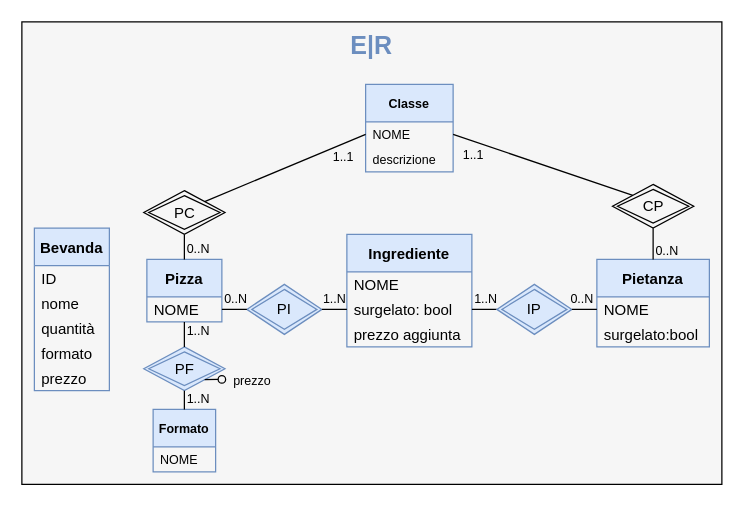
The draw.io diagram doc/assets/erCiclo1.drawio in omismone/strapizzami, before the edit. Source tidied: cells renumbered, new cells numbered last; positions are measured from the earlier drawing's top-left corner, leaving out a move shared by most shapes. Both pictures are drawn from the tidied source at 125%, with x=0, y=0 at pixel (21, 21).
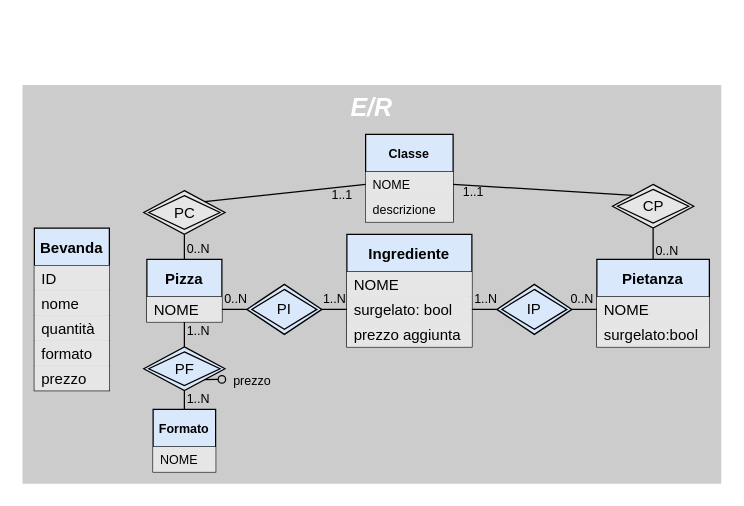
After the change.

Diff of the diagram source:
```diff
@@
-    <mxCell id="2" value="E|R" style="rounded=0;labelBackgroundColor=none;fontSize=20;verticalAlign=top;fontStyle=1;strokeWidth=1;fillColor=#F6F6F6;labelBorderColor=none;html=1;whiteSpace=wrap;fontColor=#6C8EBF;" parent="1" vertex="1">
-      <mxGeometry width="560" height="370" as="geometry" />
+    <mxCell id="2" value="E/R" style="rounded=0;labelBackgroundColor=none;fontSize=20;verticalAlign=top;fontStyle=3;strokeWidth=1;fillColor=#CCCCCC;labelBorderColor=none;html=1;whiteSpace=wrap;fontColor=#FFFFFF;strokeColor=#FFFFFF;" parent="1" vertex="1">
+      <mxGeometry y="50" width="560" height="320" as="geometry" />
     </mxCell>
-    <mxCell id="3" value="Bevanda" style="swimlane;fontStyle=1;horizontal=1;startSize=30;fillColor=#dae8fc;strokeColor=#6c8ebf;" parent="1" vertex="1">
+    <mxCell id="3" value="Bevanda" style="swimlane;fontStyle=1;horizontal=1;startSize=30;fillColor=#dae8fc;strokeColor=#000000;" parent="1" vertex="1">
       <mxGeometry x="10" y="165" width="60" height="130" as="geometry" />
     </mxCell>
-    <mxCell id="4" value="ID" style="text;strokeColor=none;fillColor=none;align=left;verticalAlign=middle;spacingLeft=4;spacingRight=4;overflow=hidden;" parent="3" vertex="1">
+    <mxCell id="4" value="ID" style="text;strokeColor=none;fillColor=#E6E6E6;align=left;verticalAlign=middle;spacingLeft=4;spacingRight=4;overflow=hidden;" parent="3" vertex="1">
       <mxGeometry y="30" width="60" height="20" as="geometry" />
     </mxCell>
-    <mxCell id="5" value="nome" style="text;strokeColor=none;fillColor=none;align=left;verticalAlign=middle;spacingLeft=4;spacingRight=4;overflow=hidden;" parent="3" vertex="1">
+    <mxCell id="5" value="nome" style="text;strokeColor=none;fillColor=#E6E6E6;align=left;verticalAlign=middle;spacingLeft=4;spacingRight=4;overflow=hidden;" parent="3" vertex="1">
       <mxGeometry y="50" width="60" height="20" as="geometry" />
     </mxCell>
-    <mxCell id="6" value="quantità" style="text;strokeColor=none;fillColor=none;align=left;verticalAlign=middle;spacingLeft=4;spacingRight=4;overflow=hidden;" parent="3" vertex="1">
+    <mxCell id="6" value="quantità" style="text;strokeColor=none;fillColor=#E6E6E6;align=left;verticalAlign=middle;spacingLeft=4;spacingRight=4;overflow=hidden;" parent="3" vertex="1">
       <mxGeometry y="70" width="60" height="20" as="geometry" />
     </mxCell>
-    <mxCell id="7" value="formato" style="text;strokeColor=none;fillColor=none;align=left;verticalAlign=middle;spacingLeft=4;spacingRight=4;overflow=hidden;" parent="3" vertex="1">
+    <mxCell id="7" value="formato" style="text;strokeColor=none;fillColor=#E6E6E6;align=left;verticalAlign=middle;spacingLeft=4;spacingRight=4;overflow=hidden;" parent="3" vertex="1">
       <mxGeometry y="90" width="60" height="20" as="geometry" />
     </mxCell>
-    <mxCell id="8" value="prezzo" style="text;strokeColor=none;fillColor=none;align=left;verticalAlign=middle;spacingLeft=4;spacingRight=4;overflow=hidden;" parent="3" vertex="1">
+    <mxCell id="8" value="prezzo" style="text;strokeColor=none;fillColor=#E6E6E6;align=left;verticalAlign=middle;spacingLeft=4;spacingRight=4;overflow=hidden;" parent="3" vertex="1">
       <mxGeometry y="110" width="60" height="20" as="geometry" />
     </mxCell>
-    <mxCell id="9" value="Pizza" style="swimlane;fontStyle=1;horizontal=1;startSize=30;fillColor=#dae8fc;strokeColor=#6c8ebf;" parent="1" vertex="1">
+    <mxCell id="9" value="Pizza" style="swimlane;fontStyle=1;horizontal=1;startSize=30;fillColor=#dae8fc;strokeColor=#000000;" parent="1" vertex="1">
       <mxGeometry x="100" y="190" width="60" height="50" as="geometry" />
     </mxCell>
-    <mxCell id="10" value="NOME" style="text;strokeColor=none;fillColor=none;align=left;verticalAlign=middle;spacingLeft=4;spacingRight=4;overflow=hidden;points=[[0,0.5],[1,0.5]];portConstraint=eastwest;" parent="9" vertex="1">
+    <mxCell id="10" value="NOME" style="text;strokeColor=none;fillColor=#E6E6E6;align=left;verticalAlign=middle;spacingLeft=4;spacingRight=4;overflow=hidden;points=[[0,0.5],[1,0.5]];portConstraint=eastwest;" parent="9" vertex="1">
       <mxGeometry y="30" width="60" height="20" as="geometry" />
     </mxCell>
-    <mxCell id="11" value="Pietanza" style="swimlane;fontStyle=1;horizontal=1;startSize=30;fillColor=#dae8fc;strokeColor=#6c8ebf;" parent="1" vertex="1">
+    <mxCell id="11" value="Pietanza" style="swimlane;fontStyle=1;horizontal=1;startSize=30;fillColor=#dae8fc;strokeColor=#000000;" parent="1" vertex="1">
       <mxGeometry x="460" y="190" width="90" height="70" as="geometry" />
     </mxCell>
-    <mxCell id="12" value="NOME" style="text;strokeColor=none;fillColor=none;align=left;verticalAlign=middle;spacingLeft=4;spacingRight=4;overflow=hidden;points=[[0,0.5],[1,0.5]];portConstraint=eastwest;" parent="11" vertex="1">
+    <mxCell id="12" value="NOME" style="text;strokeColor=none;fillColor=#E6E6E6;align=left;verticalAlign=middle;spacingLeft=4;spacingRight=4;overflow=hidden;points=[[0,0.5],[1,0.5]];portConstraint=eastwest;" parent="11" vertex="1">
       <mxGeometry y="30" width="90" height="20" as="geometry" />
     </mxCell>
-    <mxCell id="13" value="surgelato:bool" style="text;strokeColor=none;fillColor=none;align=left;verticalAlign=middle;spacingLeft=4;spacingRight=4;overflow=hidden;" parent="11" vertex="1">
+    <mxCell id="13" value="surgelato:bool" style="text;strokeColor=none;fillColor=#E6E6E6;align=left;verticalAlign=middle;spacingLeft=4;spacingRight=4;overflow=hidden;" parent="11" vertex="1">
       <mxGeometry y="50" width="90" height="20" as="geometry" />
     </mxCell>
-    <mxCell id="14" value="Ingrediente" style="swimlane;fontStyle=1;horizontal=1;startSize=30;fillColor=#dae8fc;strokeColor=#6c8ebf;" parent="1" vertex="1">
+    <mxCell id="14" value="Ingrediente" style="swimlane;fontStyle=1;horizontal=1;startSize=30;fillColor=#dae8fc;strokeColor=#000000;" parent="1" vertex="1">
       <mxGeometry x="260" y="170" width="100" height="90" as="geometry" />
     </mxCell>
-    <mxCell id="15" value="NOME" style="text;strokeColor=none;fillColor=none;align=left;verticalAlign=middle;spacingLeft=4;spacingRight=4;overflow=hidden;" parent="14" vertex="1">
+    <mxCell id="15" value="NOME" style="text;strokeColor=none;fillColor=#E6E6E6;align=left;verticalAlign=middle;spacingLeft=4;spacingRight=4;overflow=hidden;" parent="14" vertex="1">
       <mxGeometry y="30" width="100" height="20" as="geometry" />
     </mxCell>
-    <mxCell id="16" value="surgelato: bool" style="text;strokeColor=none;fillColor=none;align=left;verticalAlign=middle;spacingLeft=4;spacingRight=4;overflow=hidden;points=[[0,0.5],[1,0.5]];portConstraint=eastwest;" parent="14" vertex="1">
+    <mxCell id="16" value="surgelato: bool" style="text;strokeColor=none;fillColor=#E6E6E6;align=left;verticalAlign=middle;spacingLeft=4;spacingRight=4;overflow=hidden;points=[[0,0.5],[1,0.5]];portConstraint=eastwest;" parent="14" vertex="1">
       <mxGeometry y="50" width="100" height="20" as="geometry" />
     </mxCell>
-    <mxCell id="17" value="prezzo aggiunta" style="text;strokeColor=none;fillColor=none;align=left;verticalAlign=middle;spacingLeft=4;spacingRight=4;overflow=hidden;" parent="14" vertex="1">
+    <mxCell id="17" value="prezzo aggiunta" style="text;strokeColor=none;fillColor=#E6E6E6;align=left;verticalAlign=middle;spacingLeft=4;spacingRight=4;overflow=hidden;" parent="14" vertex="1">
       <mxGeometry y="70" width="100" height="20" as="geometry" />
     </mxCell>
-    <mxCell id="18" value="PI" style="shape=rhombus;double=1;perimeter=rhombusPerimeter;whiteSpace=wrap;html=1;align=center;fillColor=#dae8fc;strokeColor=#6c8ebf;" parent="1" vertex="1">
+    <mxCell id="18" value="PI" style="shape=rhombus;double=1;perimeter=rhombusPerimeter;whiteSpace=wrap;html=1;align=center;fillColor=#dae8fc;strokeColor=#000000;" parent="1" vertex="1">
       <mxGeometry x="180" y="210" width="60" height="40" as="geometry" />
     </mxCell>
@@
-    <mxCell id="25" value="Formato" style="swimlane;fontStyle=1;horizontal=1;startSize=30;labelBackgroundColor=none;fontSize=10;fillColor=#dae8fc;strokeColor=#6c8ebf;" parent="1" vertex="1">
+    <mxCell id="25" value="Formato" style="swimlane;fontStyle=1;horizontal=1;startSize=30;labelBackgroundColor=none;fontSize=10;fillColor=#dae8fc;strokeColor=#000000;" parent="1" vertex="1">
       <mxGeometry x="105" y="310" width="50" height="50" as="geometry" />
     </mxCell>
-    <mxCell id="26" value="NOME" style="text;strokeColor=none;fillColor=none;align=left;verticalAlign=middle;spacingLeft=4;spacingRight=4;overflow=hidden;labelBackgroundColor=none;fontSize=10;" parent="25" vertex="1">
+    <mxCell id="26" value="NOME" style="text;strokeColor=none;fillColor=#E6E6E6;align=left;verticalAlign=middle;spacingLeft=4;spacingRight=4;overflow=hidden;labelBackgroundColor=none;fontSize=10;" parent="25" vertex="1">
       <mxGeometry y="30" width="50" height="20" as="geometry" />
     </mxCell>
-    <mxCell id="27" value="PF" style="shape=rhombus;double=1;perimeter=rhombusPerimeter;whiteSpace=wrap;html=1;align=center;fillColor=#dae8fc;strokeColor=#6c8ebf;" parent="1" vertex="1">
+    <mxCell id="27" value="PF" style="shape=rhombus;double=1;perimeter=rhombusPerimeter;whiteSpace=wrap;html=1;align=center;fillColor=#dae8fc;strokeColor=#000000;" parent="1" vertex="1">
       <mxGeometry x="97.5" y="260" width="65" height="35" as="geometry" />
     </mxCell>
@@
-    <mxCell id="34" value="IP" style="shape=rhombus;double=1;perimeter=rhombusPerimeter;whiteSpace=wrap;html=1;align=center;fillColor=#dae8fc;strokeColor=#6c8ebf;" parent="1" vertex="1">
+    <mxCell id="34" value="IP" style="shape=rhombus;double=1;perimeter=rhombusPerimeter;whiteSpace=wrap;html=1;align=center;fillColor=#dae8fc;strokeColor=#000000;" parent="1" vertex="1">
       <mxGeometry x="380" y="210" width="60" height="40" as="geometry" />
     </mxCell>
@@
-    <mxCell id="37" value="Classe" style="swimlane;fontStyle=1;horizontal=1;startSize=30;labelBackgroundColor=none;fontSize=10;fillColor=#dae8fc;strokeColor=#6c8ebf;" parent="1" vertex="1">
-      <mxGeometry x="275" y="50" width="70" height="70" as="geometry" />
+    <mxCell id="37" value="Classe" style="swimlane;fontStyle=1;horizontal=1;startSize=30;labelBackgroundColor=none;fontSize=10;fillColor=#dae8fc;strokeColor=#000000;" parent="1" vertex="1">
+      <mxGeometry x="275" y="90" width="70" height="70" as="geometry" />
     </mxCell>
-    <mxCell id="38" value="NOME" style="text;strokeColor=none;fillColor=none;align=left;verticalAlign=middle;spacingLeft=4;spacingRight=4;overflow=hidden;points=[[0,0.5],[1,0.5]];portConstraint=eastwest;labelBackgroundColor=none;fontSize=10;" parent="37" vertex="1">
+    <mxCell id="38" value="NOME" style="text;strokeColor=none;fillColor=#E6E6E6;align=left;verticalAlign=middle;spacingLeft=4;spacingRight=4;overflow=hidden;points=[[0,0.5],[1,0.5]];portConstraint=eastwest;labelBackgroundColor=none;fontSize=10;" parent="37" vertex="1">
       <mxGeometry y="30" width="70" height="20" as="geometry" />
     </mxCell>
-    <mxCell id="39" value="descrizione" style="text;strokeColor=none;fillColor=none;align=left;verticalAlign=middle;spacingLeft=4;spacingRight=4;overflow=hidden;labelBackgroundColor=none;fontSize=10;" parent="37" vertex="1">
+    <mxCell id="39" value="descrizione" style="text;strokeColor=none;fillColor=#E6E6E6;align=left;verticalAlign=middle;spacingLeft=4;spacingRight=4;overflow=hidden;labelBackgroundColor=none;fontSize=10;" parent="37" vertex="1">
       <mxGeometry y="50" width="70" height="20" as="geometry" />
     </mxCell>
-    <mxCell id="40" value="PC" style="shape=rhombus;double=1;perimeter=rhombusPerimeter;whiteSpace=wrap;html=1;align=center;fillColor=none;" parent="1" vertex="1">
+    <mxCell id="40" value="PC" style="shape=rhombus;double=1;perimeter=rhombusPerimeter;whiteSpace=wrap;html=1;align=center;fillColor=#E6E6E6;" parent="1" vertex="1">
       <mxGeometry x="97.5" y="135" width="65" height="35" as="geometry" />
     </mxCell>
@@
-    <mxCell id="45" value="CP" style="shape=rhombus;double=1;perimeter=rhombusPerimeter;whiteSpace=wrap;html=1;align=center;fillColor=none;" parent="1" vertex="1">
+    <mxCell id="45" value="CP" style="shape=rhombus;double=1;perimeter=rhombusPerimeter;whiteSpace=wrap;html=1;align=center;fillColor=#E6E6E6;" parent="1" vertex="1">
       <mxGeometry x="472.5" y="130" width="65" height="35" as="geometry" />
     </mxCell>
```
